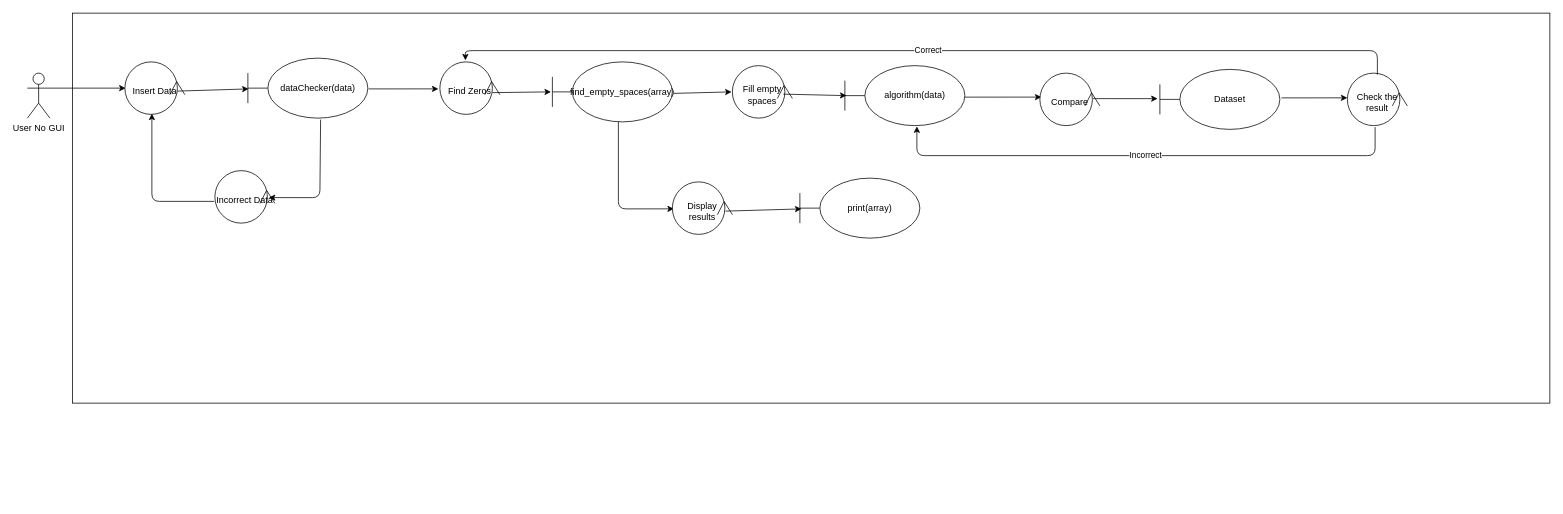
Earlier version of the draw.io diagram Untitled Diagram.drawio (AChu-Dev/introductionToAI). Source tidied: cells renumbered, new cells numbered last; positions are measured from the earlier drawing's top-left corner, leaving out a move shared by most shapes. Both pictures are drawn from the tidied source at 75%, with x=0, y=0 at pixel (27, 13).
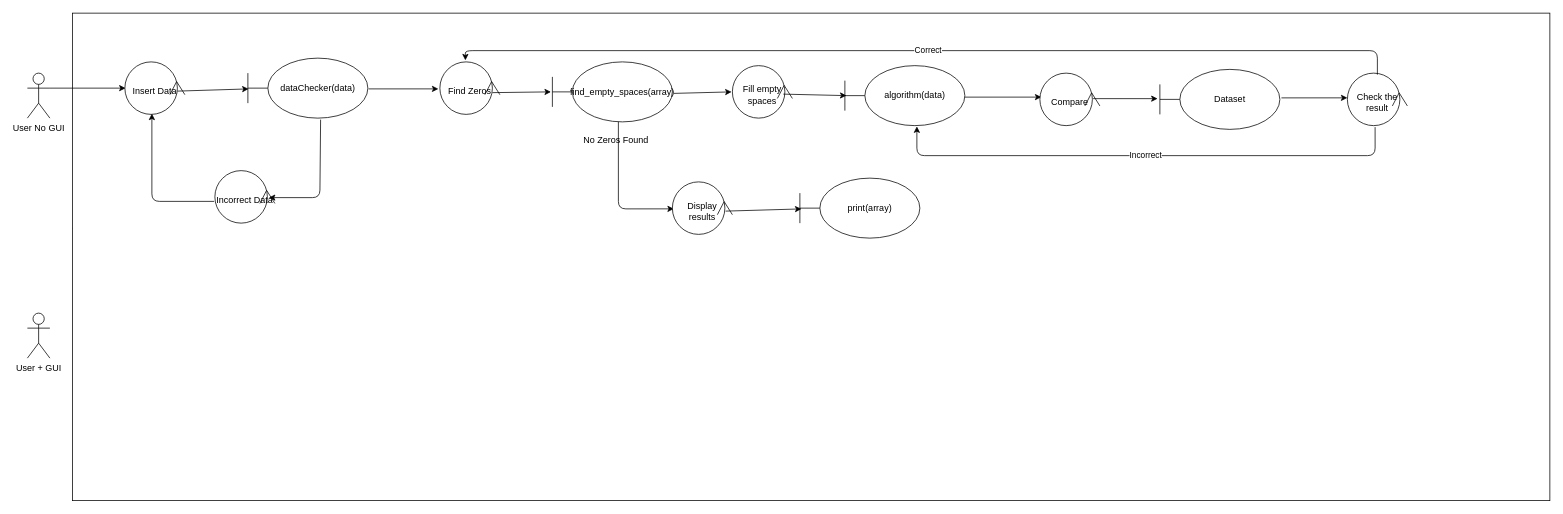
The same diagram, later.

Diff of the diagram source:
```diff
@@
     <mxCell id="4" style="rounded=0;whiteSpace=wrap;html=1;" parent="1" vertex="1">
-      <mxGeometry x="60" width="1970" height="520" as="geometry" />
+      <mxGeometry x="60" width="1970" height="650" as="geometry" />
     </mxCell>
@@
+    <mxCell id="32" value="No Zeros Found" style="text;html=1;strokeColor=none;fillColor=none;align=center;verticalAlign=middle;whiteSpace=wrap;rounded=0;" parent="1" vertex="1">
+      <mxGeometry x="740" y="160" width="90" height="20" as="geometry" />
+    </mxCell>
+    <mxCell id="33" value="&lt;div&gt;User + GUI&lt;/div&gt;&lt;div&gt;&lt;br&gt;&lt;/div&gt;" style="shape=umlActor;verticalLabelPosition=bottom;verticalAlign=top;html=1;" parent="1" vertex="1">
+      <mxGeometry y="400" width="30" height="60" as="geometry" />
+    </mxCell>
```
